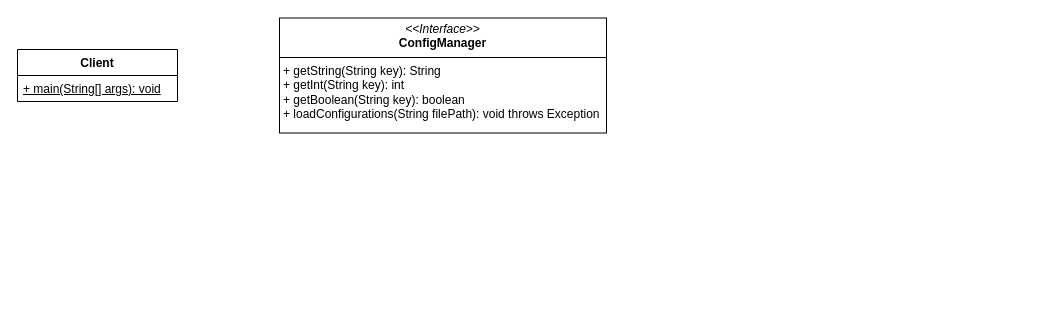
This is soft2201w11.drawio from NguyenChHieu/graphs, a draw.io file, before an edit. Source tidied: cells renumbered, new cells numbered last; positions are measured from the earlier drawing's top-left corner, leaving out a move shared by most shapes. Both pictures are drawn from the tidied source at 100%, with x=0, y=0 at pixel (17, 17).
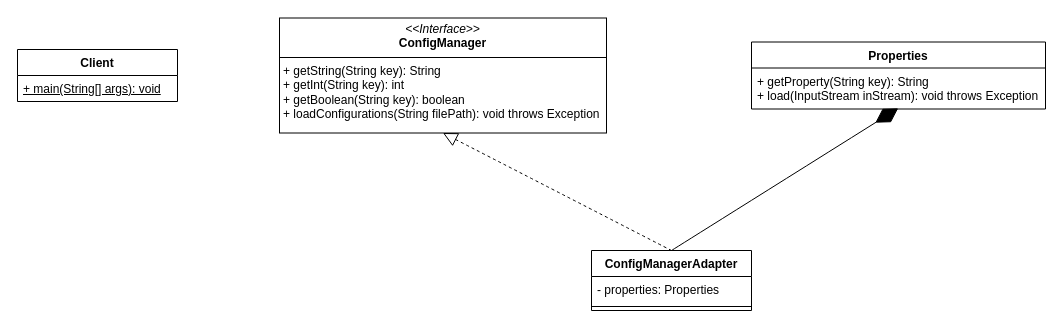
Above is the later version.

Diff of the diagram source:
```diff
@@
 <mxGraphModel>
   <root>
     <mxCell id="0" />
     <mxCell id="1" parent="0" />
     <mxCell id="2" value="Client" style="swimlane;fontStyle=1;align=center;verticalAlign=top;horizontal=1;startSize=26;whiteSpace=wrap;html=1;" parent="1" vertex="1">
       <mxGeometry y="32" width="160" height="52" as="geometry" />
     </mxCell>
     <mxCell id="3" value="&lt;u&gt;+ main(String[] args): void&lt;/u&gt;" style="text;strokeColor=none;fillColor=none;align=left;verticalAlign=top;spacingLeft=4;spacingRight=4;overflow=hidden;whiteSpace=wrap;html=1;" parent="2" vertex="1">
       <mxGeometry y="26" width="160" height="26" as="geometry" />
     </mxCell>
     <mxCell id="4" value="&lt;p style=&quot;margin:0px;margin-top:4px;text-align:center;&quot;&gt;&lt;i&gt;&amp;lt;&amp;lt;Interface&amp;gt;&amp;gt;&lt;/i&gt;&lt;br&gt;&lt;b&gt;ConfigManager&lt;/b&gt;&lt;/p&gt;&lt;hr size=&quot;1&quot; style=&quot;border-style:solid;&quot;&gt;&lt;p style=&quot;margin:0px;margin-left:4px;&quot;&gt;+ getString(String key): String&lt;br/&gt;+ getInt(String key): int&lt;br/&gt;+ getBoolean(String key): boolean&lt;br/&gt;+ loadConfigurations(String filePath): void throws Exception&lt;br&gt;&lt;/p&gt;" style="verticalAlign=top;align=left;overflow=fill;html=1;whiteSpace=wrap;" parent="1" vertex="1">
       <mxGeometry x="262" y="0.5" width="327" height="115" as="geometry" />
     </mxCell>
+    <mxCell id="5" value="Properties" style="swimlane;fontStyle=1;align=center;verticalAlign=top;horizontal=1;startSize=26;whiteSpace=wrap;html=1;" parent="1" vertex="1">
+      <mxGeometry x="734" y="24.5" width="294" height="67" as="geometry" />
+    </mxCell>
+    <mxCell id="6" value="+ getProperty(String key): String&lt;div&gt;+ load(InputStream inStream): void&amp;nbsp;&lt;span style=&quot;background-color: initial;&quot;&gt;throws Exception&lt;/span&gt;&lt;/div&gt;" style="text;strokeColor=none;fillColor=none;align=left;verticalAlign=top;spacingLeft=4;spacingRight=4;overflow=hidden;points=[[0,0.5],[1,0.5]];portConstraint=eastwest;whiteSpace=wrap;html=1;" parent="5" vertex="1">
+      <mxGeometry y="26" width="294" height="41" as="geometry" />
+    </mxCell>
+    <mxCell id="7" value="ConfigManagerAdapter" style="swimlane;fontStyle=1;align=center;verticalAlign=top;horizontal=1;startSize=26;whiteSpace=wrap;html=1;" parent="1" vertex="1">
+      <mxGeometry x="574" y="233" width="160" height="60" as="geometry" />
+    </mxCell>
+    <mxCell id="8" value="- properties: Properties" style="text;strokeColor=none;fillColor=none;align=left;verticalAlign=top;spacingLeft=4;spacingRight=4;overflow=hidden;whiteSpace=wrap;html=1;" parent="7" vertex="1">
+      <mxGeometry y="26" width="160" height="26" as="geometry" />
+    </mxCell>
+    <mxCell id="9" style="line;strokeWidth=1;fillColor=none;align=left;verticalAlign=middle;spacingTop=-1;spacingLeft=3;spacingRight=3;labelPosition=right;strokeColor=inherit;" parent="7" vertex="1">
+      <mxGeometry y="52" width="160" height="8" as="geometry" />
+    </mxCell>
+    <mxCell id="10" style="endArrow=block;dashed=1;endFill=0;endSize=12;html=1;rounded=0;fontSize=12;curved=1;exitX=0.5;exitY=0;exitDx=0;exitDy=0;entryX=0.5;entryY=1;entryDx=0;entryDy=0;" parent="1" edge="1" source="7" target="4">
+      <mxGeometry relative="1" as="geometry" />
+    </mxCell>
+    <mxCell id="11" style="endArrow=diamondThin;endFill=1;endSize=24;html=1;rounded=0;fontSize=12;curved=1;entryX=0.499;entryY=0.984;entryDx=0;entryDy=0;entryPerimeter=0;exitX=0.5;exitY=0;exitDx=0;exitDy=0;" parent="1" edge="1" source="7" target="6">
+      <mxGeometry relative="1" as="geometry" />
+    </mxCell>
   </root>
 </mxGraphModel>
```
